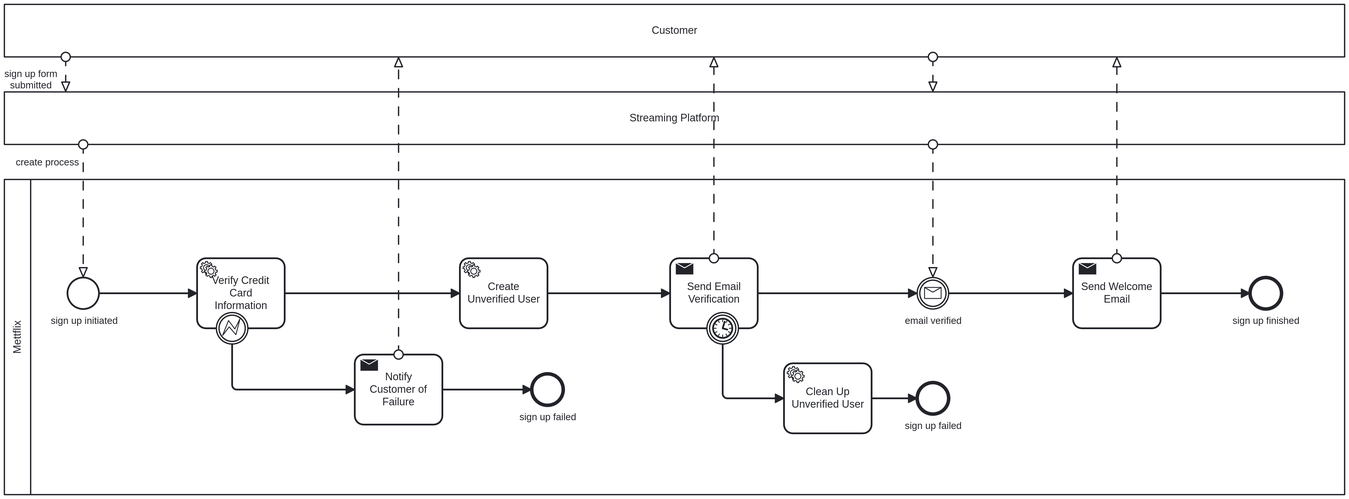
Above: demo/sign-up-process.png in Sijoma/camunda-autoscaling (BPMN), before the change. Its source is kept beside it as demo/sign-up-process.bpmn. Ids are renumbered.
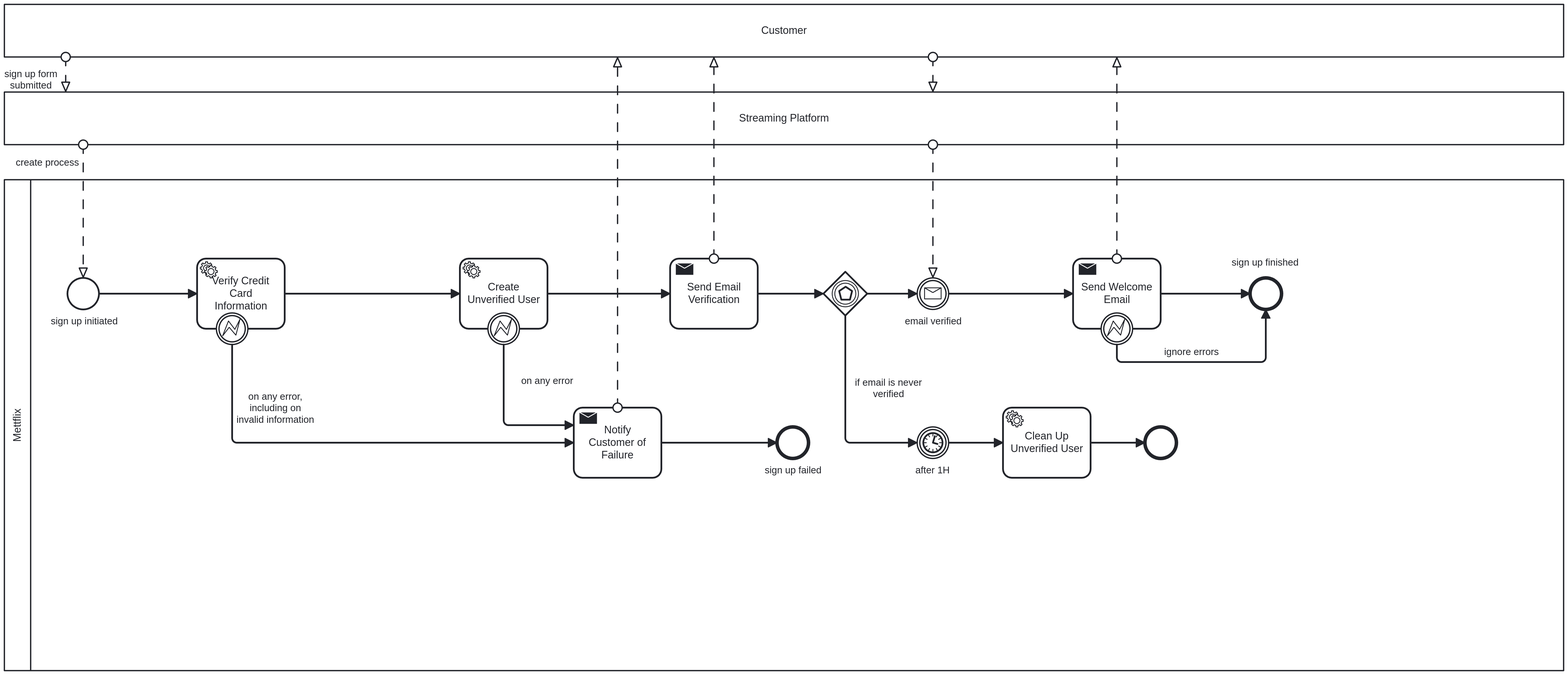
Above is the later version.

Commit message:
feat: improve error handling in process

Diff of the diagram source:
```diff
@@ -13,7 +13,7 @@
   </bpmn:collaboration>
   <bpmn:process id="Process_n4" name="Sign Up Process" isExecutable="true">
     <bpmn:extensionElements>
-      <zeebe:userTaskForm id="UserTaskForm_n19"></zeebe:userTaskForm>
+      <zeebe:userTaskForm id="UserTaskForm_n19" />
     </bpmn:extensionElements>
     <bpmn:startEvent id="Event_n9" name="sign up initiated">
       <bpmn:documentation>To test different paths, change the dispute amount to be &lt;10, between 10 and 100 or &gt;100.</bpmn:documentation>
@@ -31,16 +31,6 @@
       <bpmn:incoming>Flow_n20</bpmn:incoming>
       <bpmn:outgoing>Flow_n22</bpmn:outgoing>
     </bpmn:serviceTask>
-    <bpmn:sendTask id="Activity_n11" name="Notify Customer of Failure">
-      <bpmn:extensionElements>
-        <zeebe:taskDefinition type="notify-customer-failure" />
-      </bpmn:extensionElements>
-      <bpmn:incoming>Flow_n23</bpmn:incoming>
-      <bpmn:outgoing>Flow_n24</bpmn:outgoing>
-    </bpmn:sendTask>
-    <bpmn:endEvent id="Event_n25" name="sign up failed">
-      <bpmn:incoming>Flow_n24</bpmn:incoming>
-    </bpmn:endEvent>
     <bpmn:serviceTask id="Activity_n26" name="Create Unverified User">
       <bpmn:extensionElements>
         <zeebe:taskDefinition type="creat-unverified-user" />
@@ -55,23 +45,14 @@
       <bpmn:incoming>Flow_n27</bpmn:incoming>
       <bpmn:outgoing>Flow_n28</bpmn:outgoing>
     </bpmn:sendTask>
-    <bpmn:serviceTask id="Activity_n29" name="Clean Up Unverified User">
-      <bpmn:extensionElements>
-        <zeebe:taskDefinition type="clean-unverified-user" />
-      </bpmn:extensionElements>
-      <bpmn:incoming>Flow_n30</bpmn:incoming>
-      <bpmn:outgoing>Flow_n31</bpmn:outgoing>
-    </bpmn:serviceTask>
-    <bpmn:endEvent id="Event_n32" name="sign up failed">
-      <bpmn:incoming>Flow_n31</bpmn:incoming>
-    </bpmn:endEvent>
     <bpmn:intermediateCatchEvent id="Event_n16" name="email verified">
-      <bpmn:incoming>Flow_n28</bpmn:incoming>
+      <bpmn:incoming>Flow_n44</bpmn:incoming>
       <bpmn:outgoing>Flow_n33</bpmn:outgoing>
       <bpmn:messageEventDefinition id="MessageEventDefinition_n34" messageRef="Message_n35" />
     </bpmn:intermediateCatchEvent>
     <bpmn:endEvent id="Event_n36" name="sign up finished">
       <bpmn:incoming>Flow_n37</bpmn:incoming>
+      <bpmn:incoming>Flow_n45</bpmn:incoming>
     </bpmn:endEvent>
     <bpmn:sendTask id="Activity_n18" name="Send Welcome Email">
       <bpmn:extensionElements>
@@ -84,22 +65,61 @@
       <bpmn:outgoing>Flow_n23</bpmn:outgoing>
       <bpmn:errorEventDefinition id="ErrorEventDefinition_n39" errorRef="Error_n40" />
     </bpmn:boundaryEvent>
-    <bpmn:boundaryEvent id="Event_n41" attachedToRef="Activity_n13">
-      <bpmn:outgoing>Flow_n30</bpmn:outgoing>
-      <bpmn:timerEventDefinition id="TimerEventDefinition_n42">
+    <bpmn:sequenceFlow id="Flow_n20" sourceRef="Event_n9" targetRef="Activity_n21" />
+    <bpmn:sequenceFlow id="Flow_n22" sourceRef="Activity_n21" targetRef="Activity_n26" />
+    <bpmn:sequenceFlow id="Flow_n23" name="on any error, including on invalid information" sourceRef="Event_n38" targetRef="Activity_n11" />
+    <bpmn:sequenceFlow id="Flow_n27" sourceRef="Activity_n26" targetRef="Activity_n13" />
+    <bpmn:sequenceFlow id="Flow_n28" sourceRef="Activity_n13" targetRef="Gateway_n46" />
+    <bpmn:sequenceFlow id="Flow_n33" sourceRef="Event_n16" targetRef="Activity_n18" />
+    <bpmn:sequenceFlow id="Flow_n37" sourceRef="Activity_n18" targetRef="Event_n36" />
+    <bpmn:boundaryEvent id="Event_n47" attachedToRef="Activity_n26">
+      <bpmn:outgoing>Flow_n48</bpmn:outgoing>
+      <bpmn:errorEventDefinition id="ErrorEventDefinition_n49" />
+    </bpmn:boundaryEvent>
+    <bpmn:sequenceFlow id="Flow_n50" sourceRef="Activity_n11" targetRef="Event_n32" />
+    <bpmn:sequenceFlow id="Flow_n48" name="on any error" sourceRef="Event_n47" targetRef="Activity_n11" />
+    <bpmn:sendTask id="Activity_n11" name="Notify Customer of Failure">
+      <bpmn:extensionElements>
+        <zeebe:taskDefinition type="notify-customer-failure" />
+      </bpmn:extensionElements>
+      <bpmn:incoming>Flow_n23</bpmn:incoming>
+      <bpmn:incoming>Flow_n48</bpmn:incoming>
+      <bpmn:outgoing>Flow_n50</bpmn:outgoing>
+    </bpmn:sendTask>
+    <bpmn:boundaryEvent id="Event_n51" attachedToRef="Activity_n18">
+      <bpmn:outgoing>Flow_n45</bpmn:outgoing>
+      <bpmn:errorEventDefinition id="ErrorEventDefinition_n52" />
+    </bpmn:boundaryEvent>
+    <bpmn:sequenceFlow id="Flow_n45" name="ignore errors" sourceRef="Event_n51" targetRef="Event_n36" />
+    <bpmn:endEvent id="Event_n32" name="sign up failed">
+      <bpmn:incoming>Flow_n50</bpmn:incoming>
+    </bpmn:endEvent>
+    <bpmn:eventBasedGateway id="Gateway_n46">
+      <bpmn:incoming>Flow_n28</bpmn:incoming>
+      <bpmn:outgoing>Flow_n44</bpmn:outgoing>
+      <bpmn:outgoing>Flow_n53</bpmn:outgoing>
+    </bpmn:eventBasedGateway>
+    <bpmn:sequenceFlow id="Flow_n44" sourceRef="Gateway_n46" targetRef="Event_n16" />
+    <bpmn:sequenceFlow id="Flow_n53" name="if email is never verified" sourceRef="Gateway_n46" targetRef="Event_n54" />
+    <bpmn:intermediateCatchEvent id="Event_n54" name="after 1H">
+      <bpmn:incoming>Flow_n53</bpmn:incoming>
+      <bpmn:outgoing>Flow_n55</bpmn:outgoing>
+      <bpmn:timerEventDefinition id="TimerEventDefinition_n56">
         <bpmn:timeDuration xsi:type="bpmn:tFormalExpression">PT1H</bpmn:timeDuration>
       </bpmn:timerEventDefinition>
-    </bpmn:boundaryEvent>
-    <bpmn:sequenceFlow id="Flow_n20" sourceRef="Event_n9" targetRef="Activity_n21" />
-    <bpmn:sequenceFlow id="Flow_n22" sourceRef="Activity_n21" targetRef="Activity_n26" />
-    <bpmn:sequenceFlow id="Flow_n23" sourceRef="Event_n38" targetRef="Activity_n11" />
-    <bpmn:sequenceFlow id="Flow_n24" sourceRef="Activity_n11" targetRef="Event_n25" />
-    <bpmn:sequenceFlow id="Flow_n27" sourceRef="Activity_n26" targetRef="Activity_n13" />
-    <bpmn:sequenceFlow id="Flow_n28" sourceRef="Activity_n13" targetRef="Event_n16" />
-    <bpmn:sequenceFlow id="Flow_n30" sourceRef="Event_n41" targetRef="Activity_n29" />
-    <bpmn:sequenceFlow id="Flow_n31" sourceRef="Activity_n29" targetRef="Event_n32" />
-    <bpmn:sequenceFlow id="Flow_n33" sourceRef="Event_n16" targetRef="Activity_n18" />
-    <bpmn:sequenceFlow id="Flow_n37" sourceRef="Activity_n18" targetRef="Event_n36" />
+    </bpmn:intermediateCatchEvent>
+    <bpmn:sequenceFlow id="Flow_n55" sourceRef="Event_n54" targetRef="Activity_n57" />
+    <bpmn:serviceTask id="Activity_n57" name="Clean Up Unverified User">
+      <bpmn:extensionElements>
+        <zeebe:taskDefinition type="clean-unverified-user" />
+      </bpmn:extensionElements>
+      <bpmn:incoming>Flow_n55</bpmn:incoming>
+      <bpmn:outgoing>Flow_n58</bpmn:outgoing>
+    </bpmn:serviceTask>
+    <bpmn:endEvent id="Event_n59">
+      <bpmn:incoming>Flow_n58</bpmn:incoming>
+    </bpmn:endEvent>
+    <bpmn:sequenceFlow id="Flow_n58" sourceRef="Activity_n57" targetRef="Event_n59" />
   </bpmn:process>
   <bpmn:error id="Error_n40" name="Invalid Credit Card Information" errorCode="invalid-credit-info" />
   <bpmn:message id="Message_n35" name="verify-email">
@@ -110,7 +130,7 @@
   <bpmndi:BPMNDiagram id="BPMNDiagram_1">
     <bpmndi:BPMNPlane id="BPMNPlane_1" bpmnElement="Collaboration_n2">
       <bpmndi:BPMNShape id="Participant_n3_di" bpmnElement="Participant_n3" isHorizontal="true">
-        <dc:Bounds x="160" y="280" width="1530" height="360" />
+        <dc:Bounds x="160" y="280" width="1780" height="560" />
         <bpmndi:BPMNLabel />
       </bpmndi:BPMNShape>
       <bpmndi:BPMNShape id="Event_n9_di" bpmnElement="Event_n9">
@@ -122,30 +142,11 @@
       <bpmndi:BPMNShape id="Activity_0k1bi0c_di" bpmnElement="Activity_n21">
         <dc:Bounds x="380" y="370" width="100" height="80" />
       </bpmndi:BPMNShape>
-      <bpmndi:BPMNShape id="Activity_0hbic6y_di" bpmnElement="Activity_n11">
-        <dc:Bounds x="560" y="480" width="100" height="80" />
-      </bpmndi:BPMNShape>
-      <bpmndi:BPMNShape id="Event_n25_di" bpmnElement="Event_n25">
-        <dc:Bounds x="762" y="502" width="36" height="36" />
-        <bpmndi:BPMNLabel>
-          <dc:Bounds x="748" y="545" width="65" height="14" />
-        </bpmndi:BPMNLabel>
-      </bpmndi:BPMNShape>
       <bpmndi:BPMNShape id="Activity_092arr3_di" bpmnElement="Activity_n26">
         <dc:Bounds x="680" y="370" width="100" height="80" />
       </bpmndi:BPMNShape>
       <bpmndi:BPMNShape id="Activity_1btcnnw_di" bpmnElement="Activity_n13">
         <dc:Bounds x="920" y="370" width="100" height="80" />
-      </bpmndi:BPMNShape>
-      <bpmndi:BPMNShape id="Activity_1rv1pzq_di" bpmnElement="Activity_n29">
-        <dc:Bounds x="1050" y="490" width="100" height="80" />
-        <bpmndi:BPMNLabel />
-      </bpmndi:BPMNShape>
-      <bpmndi:BPMNShape id="Event_n32_di" bpmnElement="Event_n32">
-        <dc:Bounds x="1202" y="512" width="36" height="36" />
-        <bpmndi:BPMNLabel>
-          <dc:Bounds x="1188" y="555" width="65" height="14" />
-        </bpmndi:BPMNLabel>
       </bpmndi:BPMNShape>
       <bpmndi:BPMNShape id="Event_1dibtq8_di" bpmnElement="Event_n16">
         <dc:Bounds x="1202" y="392" width="36" height="36" />
@@ -156,17 +157,45 @@
       <bpmndi:BPMNShape id="Event_n36_di" bpmnElement="Event_n36">
         <dc:Bounds x="1582" y="392" width="36" height="36" />
         <bpmndi:BPMNLabel>
-          <dc:Bounds x="1562" y="435" width="77" height="14" />
+          <dc:Bounds x="1561" y="368" width="77" height="14" />
         </bpmndi:BPMNLabel>
       </bpmndi:BPMNShape>
       <bpmndi:BPMNShape id="Activity_06y57ax_di" bpmnElement="Activity_n18">
         <dc:Bounds x="1380" y="370" width="100" height="80" />
       </bpmndi:BPMNShape>
+      <bpmndi:BPMNShape id="Activity_0hbic6y_di" bpmnElement="Activity_n11">
+        <dc:Bounds x="810" y="540" width="100" height="80" />
+      </bpmndi:BPMNShape>
+      <bpmndi:BPMNShape id="Event_n32_di" bpmnElement="Event_n32">
+        <dc:Bounds x="1042" y="562" width="36" height="36" />
+        <bpmndi:BPMNLabel>
+          <dc:Bounds x="1028" y="605" width="65" height="14" />
+        </bpmndi:BPMNLabel>
+      </bpmndi:BPMNShape>
+      <bpmndi:BPMNShape id="Gateway_1fu6era_di" bpmnElement="Gateway_n46">
+        <dc:Bounds x="1095" y="385" width="50" height="50" />
+      </bpmndi:BPMNShape>
+      <bpmndi:BPMNShape id="Event_n54_di" bpmnElement="Event_n54">
+        <dc:Bounds x="1202" y="562" width="36" height="36" />
+        <bpmndi:BPMNLabel>
+          <dc:Bounds x="1200" y="605" width="40" height="14" />
+        </bpmndi:BPMNLabel>
+      </bpmndi:BPMNShape>
+      <bpmndi:BPMNShape id="Activity_0pnkuo7_di" bpmnElement="Activity_n57">
+        <dc:Bounds x="1300" y="540" width="100" height="80" />
+        <bpmndi:BPMNLabel />
+      </bpmndi:BPMNShape>
+      <bpmndi:BPMNShape id="Event_n59_di" bpmnElement="Event_n59">
+        <dc:Bounds x="1462" y="562" width="36" height="36" />
+      </bpmndi:BPMNShape>
       <bpmndi:BPMNShape id="Event_0jj4lmx_di" bpmnElement="Event_n38">
         <dc:Bounds x="402" y="432" width="36" height="36" />
       </bpmndi:BPMNShape>
-      <bpmndi:BPMNShape id="Event_17ndorq_di" bpmnElement="Event_n41">
-        <dc:Bounds x="962" y="432" width="36" height="36" />
+      <bpmndi:BPMNShape id="Event_1e69ovr_di" bpmnElement="Event_n47">
+        <dc:Bounds x="712" y="432" width="36" height="36" />
+      </bpmndi:BPMNShape>
+      <bpmndi:BPMNShape id="Event_0fxmn8x_di" bpmnElement="Event_n51">
+        <dc:Bounds x="1412" y="432" width="36" height="36" />
       </bpmndi:BPMNShape>
       <bpmndi:BPMNEdge id="Flow_n20_di" bpmnElement="Flow_n20">
         <di:waypoint x="268" y="410" />
@@ -178,12 +207,11 @@
       </bpmndi:BPMNEdge>
       <bpmndi:BPMNEdge id="Flow_n23_di" bpmnElement="Flow_n23">
         <di:waypoint x="420" y="468" />
-        <di:waypoint x="420" y="520" />
-        <di:waypoint x="560" y="520" />
-      </bpmndi:BPMNEdge>
-      <bpmndi:BPMNEdge id="Flow_n24_di" bpmnElement="Flow_n24">
-        <di:waypoint x="660" y="520" />
-        <di:waypoint x="762" y="520" />
+        <di:waypoint x="420" y="580" />
+        <di:waypoint x="810" y="580" />
+        <bpmndi:BPMNLabel>
+          <dc:Bounds x="425" y="521" width="89" height="40" />
+        </bpmndi:BPMNLabel>
       </bpmndi:BPMNEdge>
       <bpmndi:BPMNEdge id="Flow_n27_di" bpmnElement="Flow_n27">
         <di:waypoint x="780" y="410" />
@@ -191,16 +219,7 @@
       </bpmndi:BPMNEdge>
       <bpmndi:BPMNEdge id="Flow_n28_di" bpmnElement="Flow_n28">
         <di:waypoint x="1020" y="410" />
-        <di:waypoint x="1202" y="410" />
-      </bpmndi:BPMNEdge>
-      <bpmndi:BPMNEdge id="Flow_n30_di" bpmnElement="Flow_n30">
-        <di:waypoint x="980" y="468" />
-        <di:waypoint x="980" y="530" />
-        <di:waypoint x="1050" y="530" />
-      </bpmndi:BPMNEdge>
-      <bpmndi:BPMNEdge id="Flow_n31_di" bpmnElement="Flow_n31">
-        <di:waypoint x="1150" y="530" />
-        <di:waypoint x="1202" y="530" />
+        <di:waypoint x="1095" y="410" />
       </bpmndi:BPMNEdge>
       <bpmndi:BPMNEdge id="Flow_n33_di" bpmnElement="Flow_n33">
         <di:waypoint x="1238" y="410" />
@@ -210,14 +229,62 @@
         <di:waypoint x="1480" y="410" />
         <di:waypoint x="1582" y="410" />
       </bpmndi:BPMNEdge>
+      <bpmndi:BPMNEdge id="Flow_n50_di" bpmnElement="Flow_n50">
+        <di:waypoint x="910" y="580" />
+        <di:waypoint x="1042" y="580" />
+      </bpmndi:BPMNEdge>
+      <bpmndi:BPMNEdge id="Flow_n48_di" bpmnElement="Flow_n48">
+        <di:waypoint x="730" y="468" />
+        <di:waypoint x="730" y="560" />
+        <di:waypoint x="810" y="560" />
+        <bpmndi:BPMNLabel>
+          <dc:Bounds x="750" y="503" width="60" height="14" />
+        </bpmndi:BPMNLabel>
+      </bpmndi:BPMNEdge>
+      <bpmndi:BPMNEdge id="Flow_n45_di" bpmnElement="Flow_n45">
+        <di:waypoint x="1430" y="468" />
+        <di:waypoint x="1430" y="488" />
+        <di:waypoint x="1600" y="488" />
+        <di:waypoint x="1600" y="428" />
+        <bpmndi:BPMNLabel>
+          <dc:Bounds x="1484" y="470" width="63" height="14" />
+        </bpmndi:BPMNLabel>
+      </bpmndi:BPMNEdge>
+      <bpmndi:BPMNEdge id="Flow_n44_di" bpmnElement="Flow_n44">
+        <di:waypoint x="1145" y="410" />
+        <di:waypoint x="1202" y="410" />
+      </bpmndi:BPMNEdge>
+      <bpmndi:BPMNEdge id="Flow_n53_di" bpmnElement="Flow_n53">
+        <di:waypoint x="1120" y="435" />
+        <di:waypoint x="1120" y="580" />
+        <di:waypoint x="1202" y="580" />
+        <bpmndi:BPMNLabel>
+          <dc:Bounds x="1131" y="505" width="77" height="27" />
+        </bpmndi:BPMNLabel>
+      </bpmndi:BPMNEdge>
+      <bpmndi:BPMNEdge id="Flow_n55_di" bpmnElement="Flow_n55">
+        <di:waypoint x="1238" y="580" />
+        <di:waypoint x="1300" y="580" />
+      </bpmndi:BPMNEdge>
+      <bpmndi:BPMNEdge id="Flow_n58_di" bpmnElement="Flow_n58">
+        <di:waypoint x="1400" y="580" />
+        <di:waypoint x="1462" y="580" />
+      </bpmndi:BPMNEdge>
       <bpmndi:BPMNShape id="Participant_19gmbpu_di" bpmnElement="Participant_n5" isHorizontal="true">
-        <dc:Bounds x="160" y="80" width="1530" height="60" />
+        <dc:Bounds x="160" y="80" width="1780" height="60" />
         <bpmndi:BPMNLabel />
       </bpmndi:BPMNShape>
       <bpmndi:BPMNShape id="BPMNShape_n43" bpmnElement="Participant_n6" isHorizontal="true">
-        <dc:Bounds x="160" y="180" width="1530" height="60" />
+        <dc:Bounds x="160" y="180" width="1780" height="60" />
         <bpmndi:BPMNLabel />
       </bpmndi:BPMNShape>
+      <bpmndi:BPMNEdge id="Flow_n7_di" bpmnElement="Flow_n7">
+        <di:waypoint x="230" y="140" />
+        <di:waypoint x="230" y="180" />
+        <bpmndi:BPMNLabel>
+          <dc:Bounds x="160" y="153" width="61" height="27" />
+        </bpmndi:BPMNLabel>
+      </bpmndi:BPMNEdge>
       <bpmndi:BPMNEdge id="Flow_n8_di" bpmnElement="Flow_n8">
         <di:waypoint x="250" y="240" />
         <di:waypoint x="250" y="392" />
@@ -226,12 +293,16 @@
         </bpmndi:BPMNLabel>
       </bpmndi:BPMNEdge>
       <bpmndi:BPMNEdge id="Flow_n10_di" bpmnElement="Flow_n10">
-        <di:waypoint x="610" y="480" />
-        <di:waypoint x="610" y="140" />
+        <di:waypoint x="860" y="540" />
+        <di:waypoint x="860" y="140" />
       </bpmndi:BPMNEdge>
       <bpmndi:BPMNEdge id="Flow_n12_di" bpmnElement="Flow_n12">
         <di:waypoint x="970" y="370" />
         <di:waypoint x="970" y="140" />
+      </bpmndi:BPMNEdge>
+      <bpmndi:BPMNEdge id="Flow_n14_di" bpmnElement="Flow_n14">
+        <di:waypoint x="1220" y="140" />
+        <di:waypoint x="1220" y="180" />
       </bpmndi:BPMNEdge>
       <bpmndi:BPMNEdge id="Flow_n15_di" bpmnElement="Flow_n15">
         <di:waypoint x="1220" y="240" />
@@ -241,17 +312,6 @@
         <di:waypoint x="1430" y="370" />
         <di:waypoint x="1430" y="140" />
       </bpmndi:BPMNEdge>
-      <bpmndi:BPMNEdge id="Flow_n7_di" bpmnElement="Flow_n7">
-        <di:waypoint x="230" y="140" />
-        <di:waypoint x="230" y="180" />
-        <bpmndi:BPMNLabel>
-          <dc:Bounds x="160" y="153" width="61" height="27" />
-        </bpmndi:BPMNLabel>
-      </bpmndi:BPMNEdge>
-      <bpmndi:BPMNEdge id="Flow_n14_di" bpmnElement="Flow_n14">
-        <di:waypoint x="1220" y="140" />
-        <di:waypoint x="1220" y="180" />
-      </bpmndi:BPMNEdge>
     </bpmndi:BPMNPlane>
   </bpmndi:BPMNDiagram>
 </bpmn:definitions>
```
